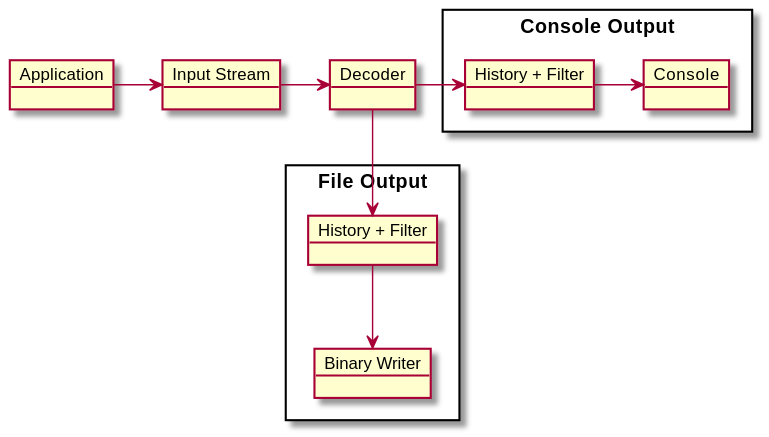
jcurl/RJCP.DLL.Log keeps this PlantUML diagram as apps/DltDump/docs/out/diagrams/searchflow/AppSearch.svg. Above is the earlier version. Source of this version:
```plantuml
@startuml AppSearch

object Application
object "Input Stream" as Input
object Decoder

rectangle "Console Output" {
    object "History + Filter" as PostFilter
    object Console
}

rectangle "File Output" {
    object "History + Filter" as DecoderFilter
    object "Binary Writer" as Writer
}

Application -r-> Input
Input -r-> Decoder
Decoder -r-> PostFilter
PostFilter -r-> Console

Decoder -d-> DecoderFilter
DecoderFilter -d-> Writer

@enduml
```
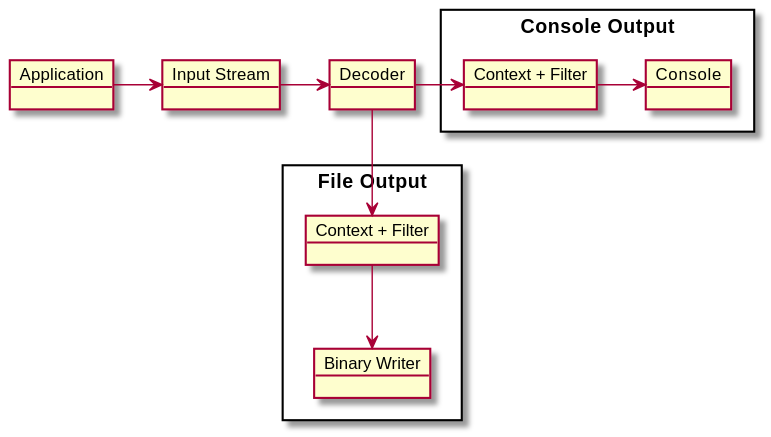
Later version of the same file.

Diff of the diagram source:
```diff
@@ -5,12 +5,12 @@
 object Decoder
 
 rectangle "Console Output" {
-    object "History + Filter" as PostFilter
+    object "Context + Filter" as PostFilter
     object Console
 }
 
 rectangle "File Output" {
-    object "History + Filter" as DecoderFilter
+    object "Context + Filter" as DecoderFilter
     object "Binary Writer" as Writer
 }
 
```
